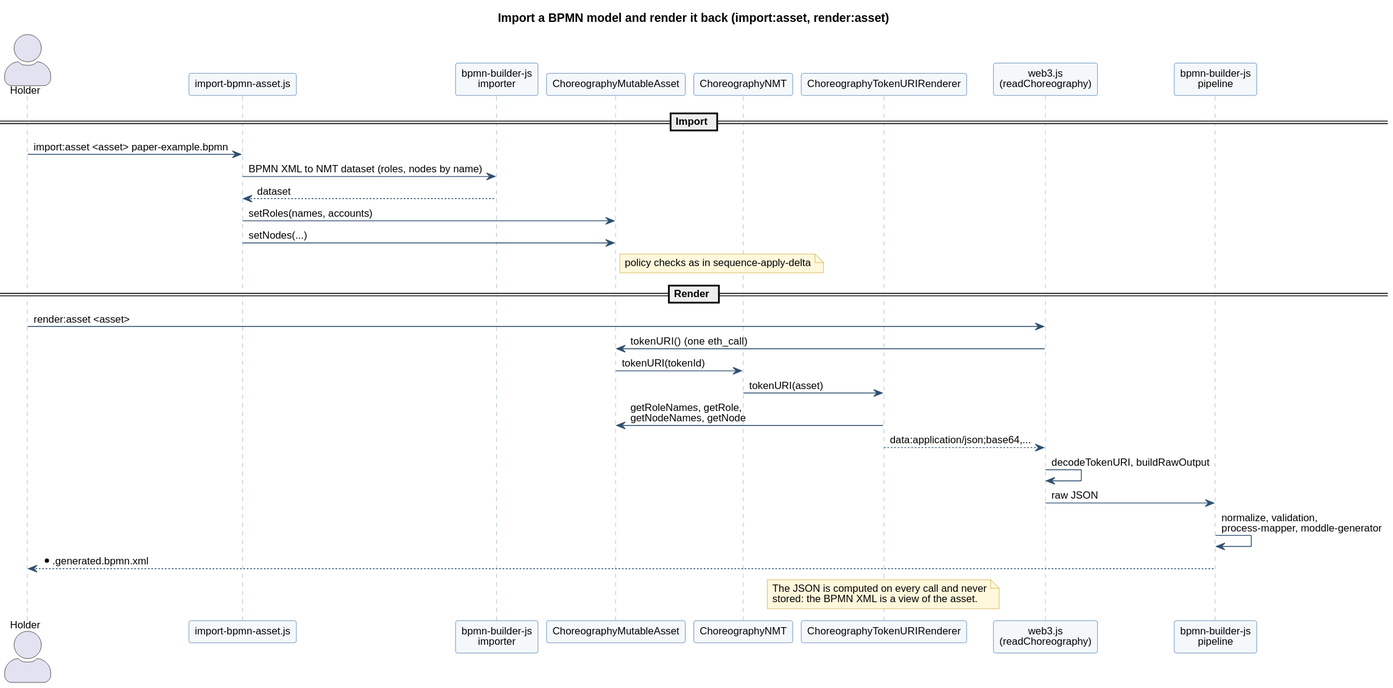
d0na/ChorNMT keeps this PlantUML diagram as docs/uml/sequence-import-and-render.svg. Above is the earlier version.
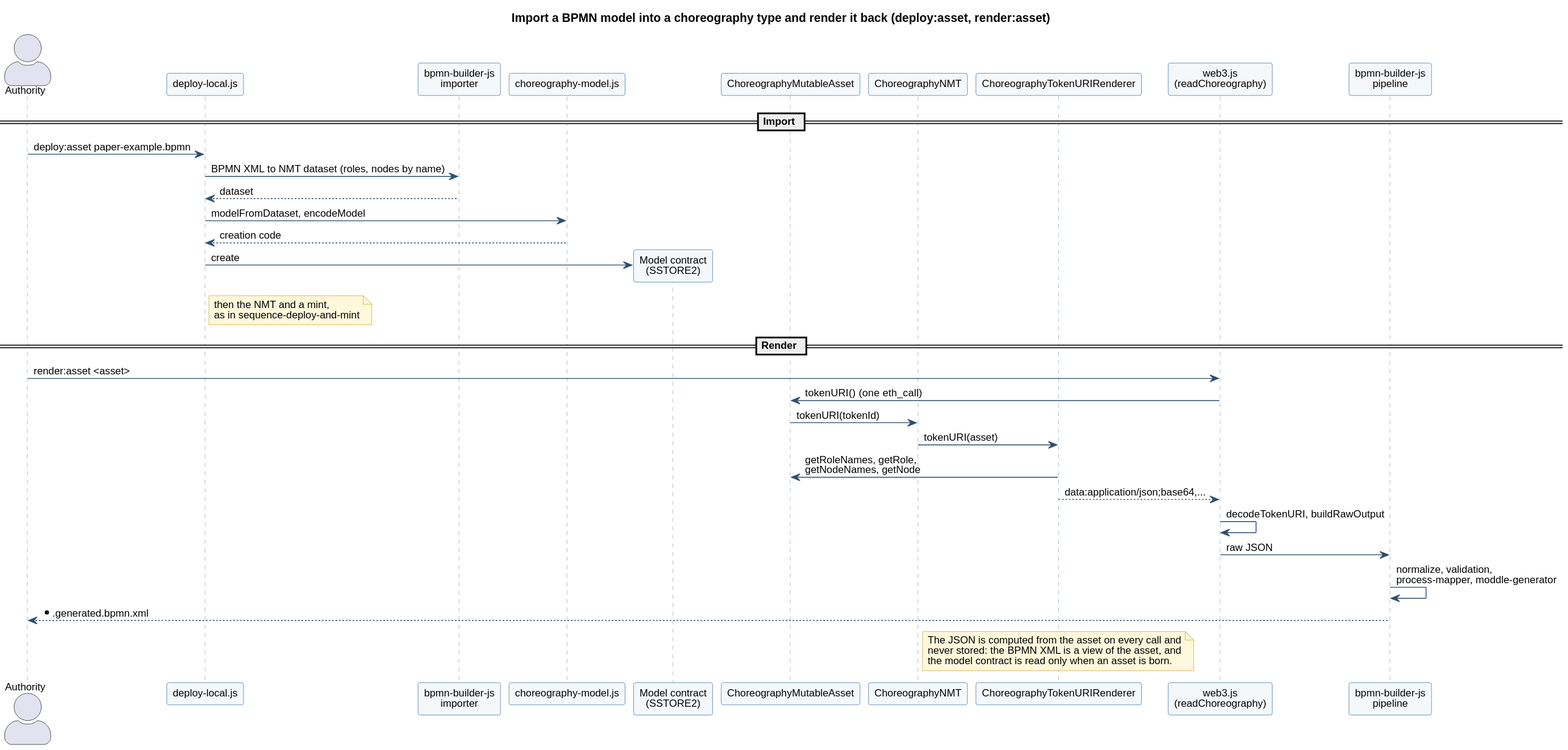
The same file after the commit.

The edit, as a diff of the source:
```diff
@@ -1,10 +1,12 @@
 @startuml
 !include style.iuml
-title Import a BPMN model and render it back (import:asset, render:asset)
+title Import a BPMN model into a choreography type and render it back (deploy:asset, render:asset)
 
-actor "Holder" as Holder
-participant "import-bpmn-asset.js" as Import
+actor "Authority" as Authority
+participant "deploy-local.js" as Deploy
 participant "bpmn-builder-js\nimporter" as Importer
+participant "choreography-model.js" as ModelCodec
+participant "Model contract\n(SSTORE2)" as Model
 participant "ChoreographyMutableAsset" as Asset
 participant "ChoreographyNMT" as NMT
 participant "ChoreographyTokenURIRenderer" as Renderer
@@ -12,15 +14,16 @@
 participant "bpmn-builder-js\npipeline" as Pipeline
 
 == Import ==
-Holder -> Import : import:asset <asset> paper-example.bpmn
-Import -> Importer : BPMN XML to NMT dataset (roles, nodes by name)
-Importer --> Import : dataset
-Import -> Asset : setRoles(names, accounts)
-Import -> Asset : setNodes(...)
-note right of Asset : policy checks as in sequence-apply-delta
+Authority -> Deploy : deploy:asset paper-example.bpmn
+Deploy -> Importer : BPMN XML to NMT dataset (roles, nodes by name)
+Importer --> Deploy : dataset
+Deploy -> ModelCodec : modelFromDataset, encodeModel
+ModelCodec --> Deploy : creation code
+Deploy -> Model ** : create
+note right of Deploy : then the NMT and a mint,\nas in sequence-deploy-and-mint
 
 == Render ==
-Holder -> Web3 : render:asset <asset>
+Authority -> Web3 : render:asset <asset>
 Web3 -> Asset : tokenURI()  (one eth_call)
 Asset -> NMT : tokenURI(tokenId)
 NMT -> Renderer : tokenURI(asset)
@@ -29,10 +32,11 @@
 Web3 -> Web3 : decodeTokenURI, buildRawOutput
 Web3 -> Pipeline : raw JSON
 Pipeline -> Pipeline : normalize, validation,\nprocess-mapper, moddle-generator
-Pipeline --> Holder : *.generated.bpmn.xml
+Pipeline --> Authority : *.generated.bpmn.xml
 
 note over Renderer
-  The JSON is computed on every call and never
-  stored: the BPMN XML is a view of the asset.
+  The JSON is computed from the asset on every call and
+  never stored: the BPMN XML is a view of the asset, and
+  the model contract is read only when an asset is born.
 end note
 @enduml
```
